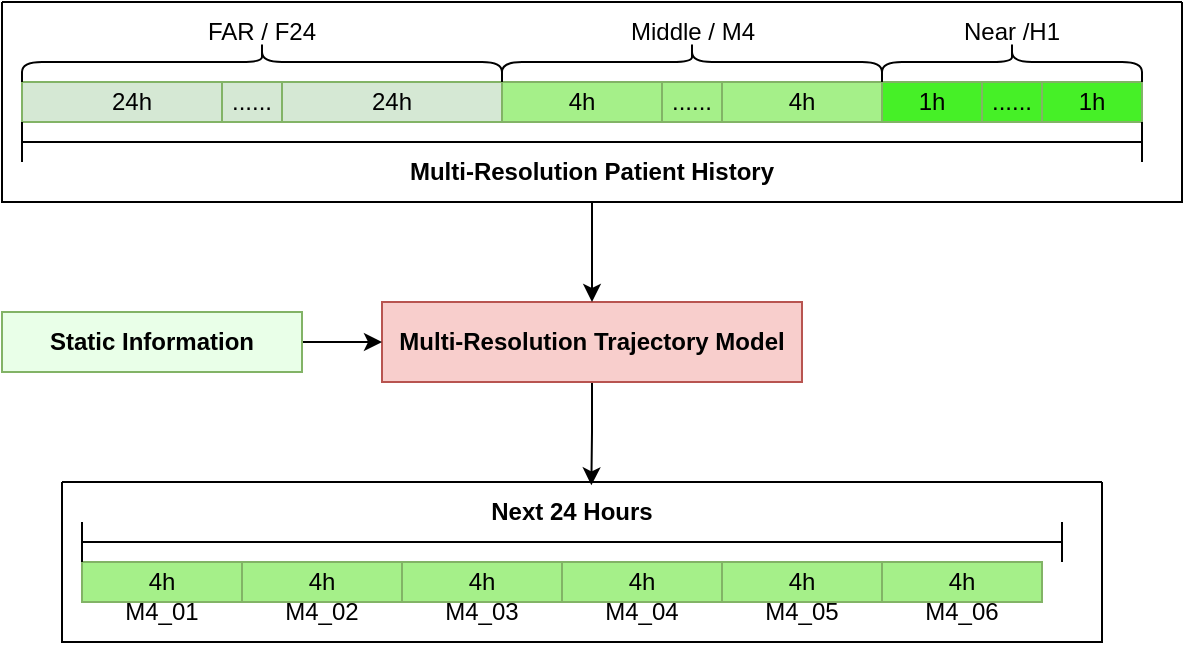
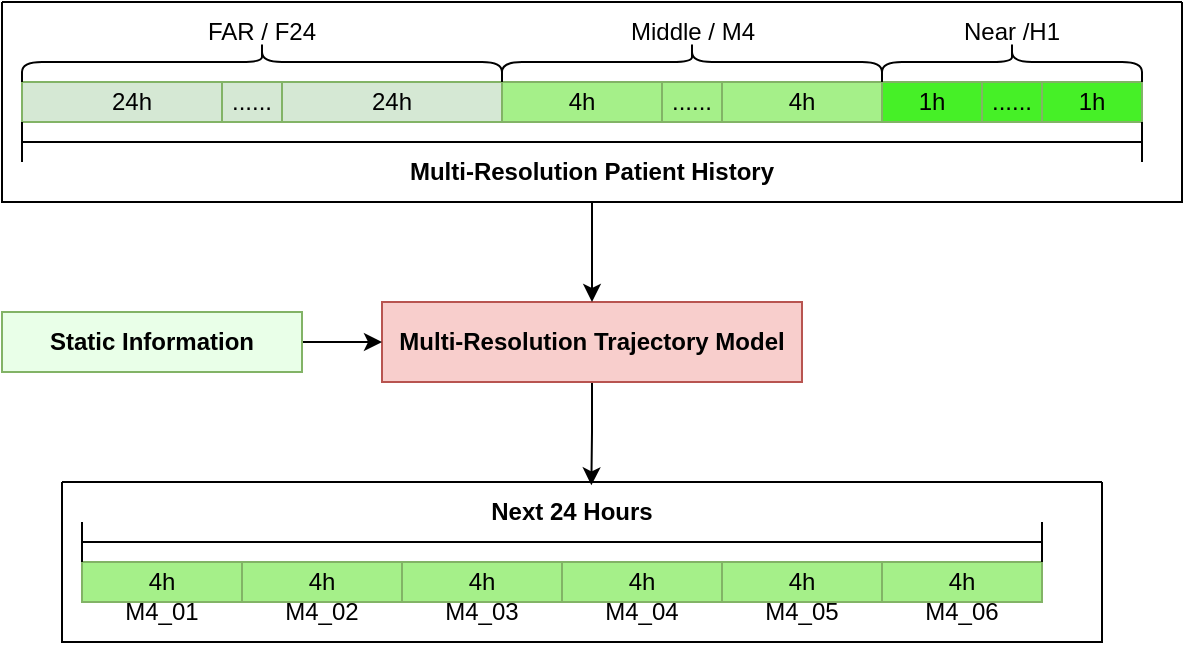
<mxfile host="app.diagrams.net">
  <diagram name="第 1 页" id="3EZWXdWs5LoXoSu94if4">
    <mxGraphModel dx="632" dy="431" grid="1" gridSize="10" guides="1" tooltips="1" connect="1" arrows="1" fold="1" page="1" pageScale="1" pageWidth="827" pageHeight="1169" math="0" shadow="0">
      <root>
        <mxCell id="0" />
        <mxCell id="1" parent="0" />
        <mxCell id="xGCr_gD7uzWL95jFXDYc-1" parent="1" style="rounded=0;whiteSpace=wrap;html=1;fillColor=#d5e8d4;strokeColor=#82b366;" value="24h" vertex="1">
          <mxGeometry height="20" width="110" x="160" y="200" as="geometry" />
        </mxCell>
        <mxCell id="xGCr_gD7uzWL95jFXDYc-2" parent="1" style="rounded=0;whiteSpace=wrap;html=1;fillColor=#d5e8d4;strokeColor=#82b366;" value="24h" vertex="1">
          <mxGeometry height="20" width="110" x="290" y="200" as="geometry" />
        </mxCell>
        <mxCell id="xGCr_gD7uzWL95jFXDYc-3" parent="1" style="rounded=0;whiteSpace=wrap;html=1;fillColor=light-dark(#A5F089,#1F2F1E);strokeColor=#82b366;" value="4h" vertex="1">
          <mxGeometry height="20" width="80" x="400" y="200" as="geometry" />
        </mxCell>
        <mxCell id="xGCr_gD7uzWL95jFXDYc-5" parent="1" style="rounded=0;whiteSpace=wrap;html=1;fillColor=#d5e8d4;strokeColor=#82b366;" value="......" vertex="1">
          <mxGeometry height="20" width="30" x="260" y="200" as="geometry" />
        </mxCell>
        <mxCell id="xGCr_gD7uzWL95jFXDYc-6" parent="1" style="rounded=0;whiteSpace=wrap;html=1;fillColor=light-dark(#A5F089,#1F2F1E);strokeColor=#82b366;" value="......" vertex="1">
          <mxGeometry height="20" width="30" x="480" y="200" as="geometry" />
        </mxCell>
        <mxCell id="xGCr_gD7uzWL95jFXDYc-8" parent="1" style="rounded=0;whiteSpace=wrap;html=1;fillColor=light-dark(#A5F089,#1F2F1E);strokeColor=#82b366;" value="4h" vertex="1">
          <mxGeometry height="20" width="80" x="510" y="200" as="geometry" />
        </mxCell>
        <mxCell id="xGCr_gD7uzWL95jFXDYc-9" parent="1" style="rounded=0;whiteSpace=wrap;html=1;fillColor=light-dark(#46F027,#1F2F1E);strokeColor=#82b366;" value="1h" vertex="1">
          <mxGeometry height="20" width="50" x="590" y="200" as="geometry" />
        </mxCell>
        <mxCell id="xGCr_gD7uzWL95jFXDYc-10" parent="1" style="rounded=0;whiteSpace=wrap;html=1;fillColor=light-dark(#46F027,#1F2F1E);strokeColor=#82b366;" value="1h" vertex="1">
          <mxGeometry height="20" width="50" x="670" y="200" as="geometry" />
        </mxCell>
        <mxCell id="xGCr_gD7uzWL95jFXDYc-11" parent="1" style="rounded=0;whiteSpace=wrap;html=1;fillColor=light-dark(#46F027,#1F2F1E);strokeColor=#82b366;" value="......" vertex="1">
          <mxGeometry height="20" width="30" x="640" y="200" as="geometry" />
        </mxCell>
        <mxCell id="xGCr_gD7uzWL95jFXDYc-12" parent="1" style="shape=curlyBracket;whiteSpace=wrap;html=1;rounded=1;labelPosition=left;verticalLabelPosition=middle;align=right;verticalAlign=middle;rotation=90;" value="" vertex="1">
          <mxGeometry height="240" width="20" x="270" y="70" as="geometry" />
        </mxCell>
        <mxCell id="xGCr_gD7uzWL95jFXDYc-14" parent="1" style="shape=curlyBracket;whiteSpace=wrap;html=1;rounded=1;labelPosition=left;verticalLabelPosition=middle;align=right;verticalAlign=middle;rotation=90;" value="" vertex="1">
          <mxGeometry height="190" width="20" x="485" y="95" as="geometry" />
        </mxCell>
        <mxCell id="xGCr_gD7uzWL95jFXDYc-16" parent="1" style="shape=curlyBracket;whiteSpace=wrap;html=1;rounded=1;labelPosition=left;verticalLabelPosition=middle;align=right;verticalAlign=middle;rotation=90;" value="" vertex="1">
          <mxGeometry height="130" width="20" x="645" y="125" as="geometry" />
        </mxCell>
        <mxCell id="xGCr_gD7uzWL95jFXDYc-18" parent="1" style="shape=crossbar;whiteSpace=wrap;html=1;rounded=1;" value="" vertex="1">
          <mxGeometry height="20" width="560" x="160" y="220" as="geometry" />
        </mxCell>
        <mxCell id="3SwoLBKGE5TvQkrzPOWH-33" edge="1" parent="1" source="3SwoLBKGE5TvQkrzPOWH-2" style="edgeStyle=orthogonalEdgeStyle;rounded=0;orthogonalLoop=1;jettySize=auto;html=1;entryX=0.509;entryY=0.021;entryDx=0;entryDy=0;entryPerimeter=0;" target="3SwoLBKGE5TvQkrzPOWH-28" value="">
          <mxGeometry relative="1" as="geometry" />
        </mxCell>
        <mxCell id="3SwoLBKGE5TvQkrzPOWH-2" parent="1" style="rounded=0;whiteSpace=wrap;html=1;fillColor=#f8cecc;strokeColor=#b85450;" value="&lt;b&gt;Multi-Resolution Trajectory Model&lt;/b&gt;" vertex="1">
          <mxGeometry height="40" width="210" x="340" y="310" as="geometry" />
        </mxCell>
        <mxCell id="3SwoLBKGE5TvQkrzPOWH-29" connectable="0" parent="1" style="group" value="" vertex="1">
          <mxGeometry height="90" width="520" x="180" y="400" as="geometry" />
        </mxCell>
        <mxCell id="3SwoLBKGE5TvQkrzPOWH-8" connectable="0" parent="3SwoLBKGE5TvQkrzPOWH-29" style="group" value="" vertex="1">
          <mxGeometry height="50" width="80" x="10" y="40" as="geometry" />
        </mxCell>
        <mxCell id="3SwoLBKGE5TvQkrzPOWH-4" parent="3SwoLBKGE5TvQkrzPOWH-8" style="rounded=0;whiteSpace=wrap;html=1;fillColor=light-dark(#A5F089,#1F2F1E);strokeColor=#82b366;" value="4h" vertex="1">
          <mxGeometry height="20" width="80" as="geometry" />
        </mxCell>
        <mxCell id="3SwoLBKGE5TvQkrzPOWH-9" connectable="0" parent="3SwoLBKGE5TvQkrzPOWH-29" style="group" value="" vertex="1">
          <mxGeometry height="50" width="80" x="90" y="40" as="geometry" />
        </mxCell>
        <mxCell id="3SwoLBKGE5TvQkrzPOWH-5" parent="3SwoLBKGE5TvQkrzPOWH-9" style="rounded=0;whiteSpace=wrap;html=1;fillColor=light-dark(#A5F089,#1F2F1E);strokeColor=#82b366;" value="4h" vertex="1">
          <mxGeometry height="20" width="80" as="geometry" />
        </mxCell>
        <mxCell id="3SwoLBKGE5TvQkrzPOWH-10" connectable="0" parent="3SwoLBKGE5TvQkrzPOWH-29" style="group" value="" vertex="1">
          <mxGeometry height="50" width="80" x="170" y="40" as="geometry" />
        </mxCell>
        <mxCell id="3SwoLBKGE5TvQkrzPOWH-11" parent="3SwoLBKGE5TvQkrzPOWH-10" style="rounded=0;whiteSpace=wrap;html=1;fillColor=light-dark(#A5F089,#1F2F1E);strokeColor=#82b366;" value="4h" vertex="1">
          <mxGeometry height="20" width="80" as="geometry" />
        </mxCell>
        <mxCell id="3SwoLBKGE5TvQkrzPOWH-13" connectable="0" parent="3SwoLBKGE5TvQkrzPOWH-29" style="group" value="" vertex="1">
          <mxGeometry height="50" width="80" x="250" y="40" as="geometry" />
        </mxCell>
        <mxCell id="3SwoLBKGE5TvQkrzPOWH-14" parent="3SwoLBKGE5TvQkrzPOWH-13" style="rounded=0;whiteSpace=wrap;html=1;fillColor=light-dark(#A5F089,#1F2F1E);strokeColor=#82b366;" value="4h" vertex="1">
          <mxGeometry height="20" width="80" as="geometry" />
        </mxCell>
        <mxCell id="3SwoLBKGE5TvQkrzPOWH-16" connectable="0" parent="3SwoLBKGE5TvQkrzPOWH-29" style="group" value="" vertex="1">
          <mxGeometry height="50" width="80" x="330" y="40" as="geometry" />
        </mxCell>
        <mxCell id="3SwoLBKGE5TvQkrzPOWH-17" parent="3SwoLBKGE5TvQkrzPOWH-16" style="rounded=0;whiteSpace=wrap;html=1;fillColor=light-dark(#A5F089,#1F2F1E);strokeColor=#82b366;" value="4h" vertex="1">
          <mxGeometry height="20" width="80" as="geometry" />
        </mxCell>
        <mxCell id="3SwoLBKGE5TvQkrzPOWH-19" connectable="0" parent="3SwoLBKGE5TvQkrzPOWH-29" style="group" value="" vertex="1">
          <mxGeometry height="50" width="80" x="410" y="40" as="geometry" />
        </mxCell>
        <mxCell id="3SwoLBKGE5TvQkrzPOWH-20" parent="3SwoLBKGE5TvQkrzPOWH-19" style="rounded=0;whiteSpace=wrap;html=1;fillColor=light-dark(#A5F089,#1F2F1E);strokeColor=#82b366;" value="4h" vertex="1">
          <mxGeometry height="20" width="80" as="geometry" />
        </mxCell>
        <mxCell id="3SwoLBKGE5TvQkrzPOWH-6" parent="3SwoLBKGE5TvQkrzPOWH-19" style="text;html=1;whiteSpace=wrap;strokeColor=none;fillColor=none;align=center;verticalAlign=middle;rounded=0;" value="M4_01" vertex="1">
          <mxGeometry height="30" width="60" x="-390" y="10" as="geometry" />
        </mxCell>
        <mxCell id="3SwoLBKGE5TvQkrzPOWH-7" parent="3SwoLBKGE5TvQkrzPOWH-19" style="text;html=1;whiteSpace=wrap;strokeColor=none;fillColor=none;align=center;verticalAlign=middle;rounded=0;" value="M4_02" vertex="1">
          <mxGeometry height="30" width="60" x="-310" y="10" as="geometry" />
        </mxCell>
        <mxCell id="3SwoLBKGE5TvQkrzPOWH-12" parent="3SwoLBKGE5TvQkrzPOWH-19" style="text;html=1;whiteSpace=wrap;strokeColor=none;fillColor=none;align=center;verticalAlign=middle;rounded=0;" value="M4_03" vertex="1">
          <mxGeometry height="30" width="60" x="-230" y="10" as="geometry" />
        </mxCell>
        <mxCell id="3SwoLBKGE5TvQkrzPOWH-15" parent="3SwoLBKGE5TvQkrzPOWH-19" style="text;html=1;whiteSpace=wrap;strokeColor=none;fillColor=none;align=center;verticalAlign=middle;rounded=0;" value="M4_04" vertex="1">
          <mxGeometry height="30" width="60" x="-150" y="10" as="geometry" />
        </mxCell>
        <mxCell id="3SwoLBKGE5TvQkrzPOWH-18" parent="3SwoLBKGE5TvQkrzPOWH-19" style="text;html=1;whiteSpace=wrap;strokeColor=none;fillColor=none;align=center;verticalAlign=middle;rounded=0;" value="M4_05" vertex="1">
          <mxGeometry height="30" width="60" x="-70" y="10" as="geometry" />
        </mxCell>
        <mxCell id="3SwoLBKGE5TvQkrzPOWH-21" parent="3SwoLBKGE5TvQkrzPOWH-19" style="text;html=1;whiteSpace=wrap;strokeColor=none;fillColor=none;align=center;verticalAlign=middle;rounded=0;" value="M4_06" vertex="1">
          <mxGeometry height="30" width="60" x="10" y="10" as="geometry" />
        </mxCell>
        <mxCell id="3SwoLBKGE5TvQkrzPOWH-26" parent="3SwoLBKGE5TvQkrzPOWH-29" style="shape=crossbar;whiteSpace=wrap;html=1;rounded=1;" value="" vertex="1">
-           <mxGeometry height="20" width="490" x="10" y="20" as="geometry" />
+           <mxGeometry height="20" width="480" x="10" y="20" as="geometry" />
        </mxCell>
        <mxCell id="3SwoLBKGE5TvQkrzPOWH-27" parent="3SwoLBKGE5TvQkrzPOWH-29" style="text;html=1;whiteSpace=wrap;strokeColor=none;fillColor=none;align=center;verticalAlign=middle;rounded=0;" value="&lt;b&gt;Next 24 Hours&lt;/b&gt;" vertex="1">
          <mxGeometry height="30" width="110" x="200" as="geometry" />
        </mxCell>
        <mxCell id="3SwoLBKGE5TvQkrzPOWH-28" parent="3SwoLBKGE5TvQkrzPOWH-29" style="swimlane;startSize=0;" value="" vertex="1">
          <mxGeometry height="80" width="520" as="geometry" />
        </mxCell>
        <mxCell id="xGCr_gD7uzWL95jFXDYc-15" parent="1" style="text;html=1;whiteSpace=wrap;strokeColor=none;fillColor=none;align=center;verticalAlign=middle;rounded=0;" value="Middle / M4" vertex="1">
          <mxGeometry height="30" width="75" x="457.5" y="160" as="geometry" />
        </mxCell>
        <mxCell id="xGCr_gD7uzWL95jFXDYc-17" parent="1" style="text;html=1;whiteSpace=wrap;strokeColor=none;fillColor=none;align=center;verticalAlign=middle;rounded=0;" value="Near /H1" vertex="1">
          <mxGeometry height="30" width="60" x="625" y="160" as="geometry" />
        </mxCell>
        <mxCell id="xGCr_gD7uzWL95jFXDYc-13" parent="1" style="text;html=1;whiteSpace=wrap;strokeColor=none;fillColor=none;align=center;verticalAlign=middle;rounded=0;" value="&lt;code&gt;&lt;font face=&quot;Helvetica&quot;&gt;FAR / F24&lt;/font&gt;&lt;/code&gt;" vertex="1">
          <mxGeometry height="30" width="80" x="240" y="160" as="geometry" />
        </mxCell>
        <mxCell id="xGCr_gD7uzWL95jFXDYc-19" parent="1" style="text;html=1;whiteSpace=wrap;strokeColor=none;fillColor=none;align=center;verticalAlign=middle;rounded=0;" value="&lt;b&gt;Multi-Resolution Patient History&lt;/b&gt;" vertex="1">
          <mxGeometry height="30" width="220" x="335" y="230" as="geometry" />
        </mxCell>
        <mxCell id="3SwoLBKGE5TvQkrzPOWH-38" edge="1" parent="1" source="3SwoLBKGE5TvQkrzPOWH-35" style="edgeStyle=orthogonalEdgeStyle;rounded=0;orthogonalLoop=1;jettySize=auto;html=1;" target="3SwoLBKGE5TvQkrzPOWH-2" value="">
          <mxGeometry relative="1" as="geometry" />
        </mxCell>
        <mxCell id="3SwoLBKGE5TvQkrzPOWH-35" parent="1" style="rounded=0;whiteSpace=wrap;html=1;fillColor=#E9FFE8;strokeColor=#82b366;" value="&lt;b&gt;Static Information&lt;/b&gt;" vertex="1">
          <mxGeometry height="30" width="150" x="150" y="315" as="geometry" />
        </mxCell>
        <mxCell id="3SwoLBKGE5TvQkrzPOWH-37" edge="1" parent="1" source="3SwoLBKGE5TvQkrzPOWH-36" style="edgeStyle=orthogonalEdgeStyle;rounded=0;orthogonalLoop=1;jettySize=auto;html=1;" target="3SwoLBKGE5TvQkrzPOWH-2" value="">
          <mxGeometry relative="1" as="geometry" />
        </mxCell>
        <mxCell id="3SwoLBKGE5TvQkrzPOWH-36" parent="1" style="swimlane;startSize=0;" value="" vertex="1">
          <mxGeometry height="100" width="590" x="150" y="160" as="geometry" />
        </mxCell>
      </root>
    </mxGraphModel>
  </diagram>
</mxfile>
